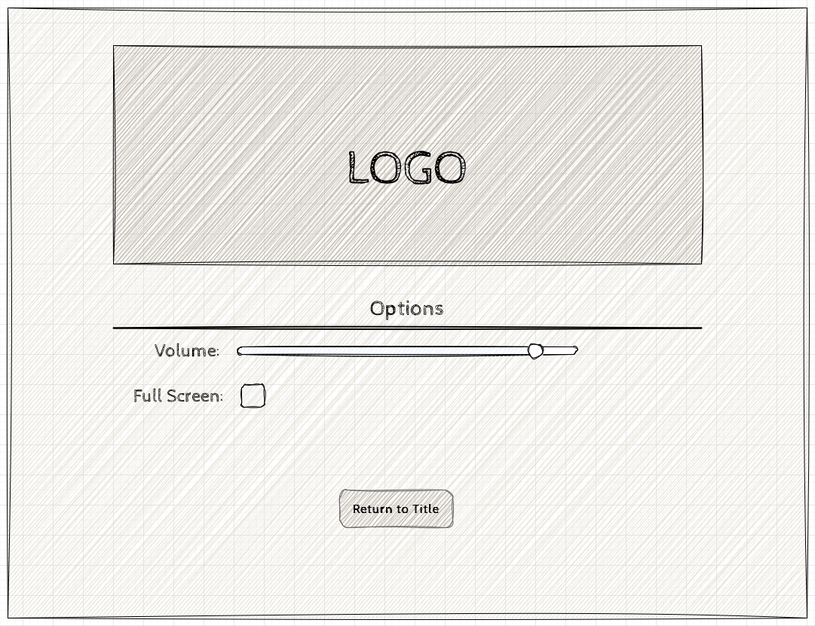
Earlier version of the draw.io export documentation/chapter-04-designing-the-game/images/04-01/options-screen.png (AristurtleDev/building-2d-games-with-monogame). Source tidied: cells renumbered, new cells last; positions are measured from the earlier drawing's top-left corner, leaving out a move shared by most shapes. Its diagram source:
```xml
<mxGraphModel>
  <root>
    <mxCell id="0" />
    <mxCell id="1" parent="0" />
    <mxCell id="2" style="whiteSpace=wrap;html=1;rounded=0;shadow=0;labelBackgroundColor=none;strokeColor=#000000;strokeWidth=1;fillColor=#e0dbcd;fontFamily=Verdana;fontSize=12;fontColor=#000000;align=center;comic=1;glass=0;sketch=1;curveFitting=1;jiggle=2;" parent="1" vertex="1">
      <mxGeometry width="1060" height="810" as="geometry" />
    </mxCell>
    <mxCell id="3" value="&lt;font style=&quot;font-size: 64px;&quot;&gt;LOGO&lt;/font&gt;" style="whiteSpace=wrap;html=1;rounded=0;shadow=0;labelBackgroundColor=none;strokeWidth=1;fontFamily=Cabin Sketch;fontSize=128;align=center;comic=1;fillColor=#a89f94;sketch=1;curveFitting=1;jiggle=2;fontSource=https%3A%2F%2Ffonts.googleapis.com%2Fcss%3Ffamily%3DCabin%2BSketch;" parent="1" vertex="1">
      <mxGeometry x="140" y="50" width="780" height="290" as="geometry" />
    </mxCell>
    <mxCell id="4" value="Volume:&amp;nbsp;&amp;nbsp;&amp;nbsp;&amp;nbsp; " style="verticalLabelPosition=middle;shadow=0;dashed=0;align=right;html=1;verticalAlign=middle;strokeWidth=1;shape=mxgraph.mockup.forms.horSlider;strokeColor=#000000;sliderStyle=fancy;sliderPos=88.667;handleStyle=circle;fillColor2=#ddeeff;sketch=1;hachureGap=4;jiggle=2;curveFitting=1;fontFamily=Cabin Sketch;fontSource=https%3A%2F%2Ffonts.googleapis.com%2Fcss%3Ffamily%3DCabin%2BSketch;sketchStyle=rough;fontColor=default;labelPosition=left;fontSize=24;" parent="1" vertex="1">
      <mxGeometry x="305" y="440" width="450" height="30" as="geometry" />
    </mxCell>
    <mxCell id="5" value="Full Screen:&amp;nbsp;&amp;nbsp;&amp;nbsp;&amp;nbsp; " style="rounded=1;fillColor=#F0F2F5;strokeColor=#000000;align=right;verticalAlign=middle;fontStyle=0;fontSize=24;labelPosition=left;verticalLabelPosition=middle;spacingLeft=10;html=1;shadow=0;dashed=0;sketch=1;hachureGap=4;jiggle=2;curveFitting=1;fontFamily=Cabin Sketch;fontSource=https%3A%2F%2Ffonts.googleapis.com%2Fcss%3Ffamily%3DCabin%2BSketch;" parent="1" vertex="1">
      <mxGeometry x="310" y="500" width="30" height="30" as="geometry" />
    </mxCell>
    <mxCell id="6" value="Options" style="text;html=1;align=center;verticalAlign=middle;whiteSpace=wrap;rounded=0;fontFamily=Cabin Sketch;fontSource=https%3A%2F%2Ffonts.googleapis.com%2Fcss%3Ffamily%3DCabin%2BSketch;fontSize=28;" parent="1" vertex="1">
      <mxGeometry x="500" y="384" width="60" height="30" as="geometry" />
    </mxCell>
    <mxCell id="7" style="line;strokeWidth=2;html=1;sketch=1;hachureGap=4;jiggle=1;curveFitting=1;fontFamily=Architects Daughter;fontSource=https%3A%2F%2Ffonts.googleapis.com%2Fcss%3Ffamily%3DArchitects%2BDaughter;" parent="1" vertex="1">
      <mxGeometry x="140" y="420" width="780" height="10" as="geometry" />
    </mxCell>
    <mxCell id="8" value="Return to Title" style="strokeWidth=1;shadow=0;dashed=0;align=center;html=1;shape=mxgraph.mockup.buttons.button;strokeColor=#666666;fontColor=#000000;mainText=;buttonStyle=round;fontSize=17;fontStyle=1;fillColor=#A89F94;whiteSpace=wrap;sketch=1;hachureGap=4;jiggle=2;curveFitting=1;fontFamily=Cabin Sketch;fontSource=https%3A%2F%2Ffonts.googleapis.com%2Fcss%3Ffamily%3DCabin%2BSketch;" parent="1" vertex="1">
      <mxGeometry x="440" y="640" width="150" height="50" as="geometry" />
    </mxCell>
  </root>
</mxGraphModel>
```
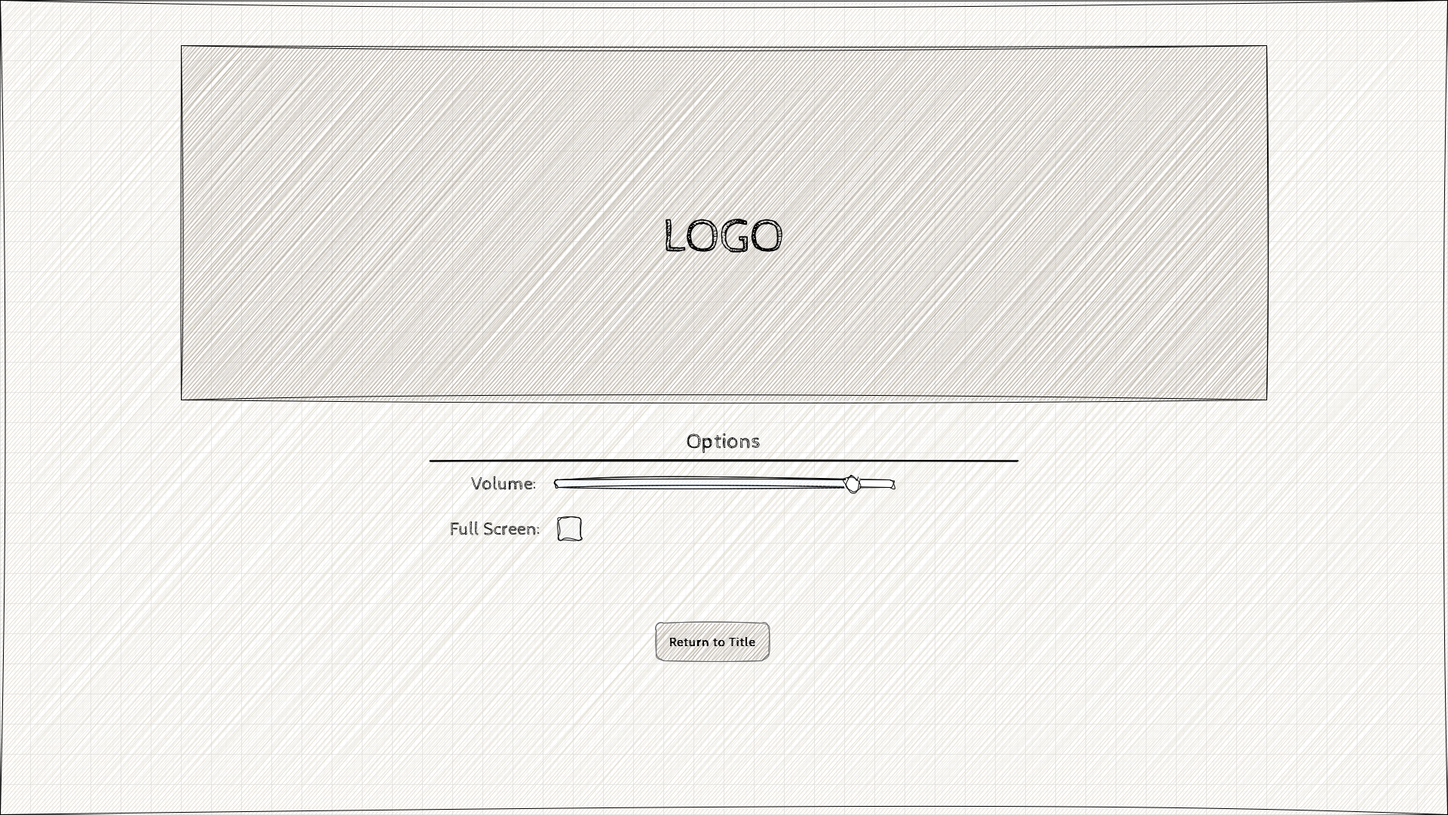
After the commit.

Diff of the diagram source:
```diff
@@ -3,10 +3,10 @@
     <mxCell id="0" />
     <mxCell id="1" parent="0" />
     <mxCell id="2" style="whiteSpace=wrap;html=1;rounded=0;shadow=0;labelBackgroundColor=none;strokeColor=#000000;strokeWidth=1;fillColor=#e0dbcd;fontFamily=Verdana;fontSize=12;fontColor=#000000;align=center;comic=1;glass=0;sketch=1;curveFitting=1;jiggle=2;" parent="1" vertex="1">
-      <mxGeometry width="1060" height="810" as="geometry" />
+      <mxGeometry x="-430" y="-186" width="1920" height="1080" as="geometry" />
     </mxCell>
     <mxCell id="3" value="&lt;font style=&quot;font-size: 64px;&quot;&gt;LOGO&lt;/font&gt;" style="whiteSpace=wrap;html=1;rounded=0;shadow=0;labelBackgroundColor=none;strokeWidth=1;fontFamily=Cabin Sketch;fontSize=128;align=center;comic=1;fillColor=#a89f94;sketch=1;curveFitting=1;jiggle=2;fontSource=https%3A%2F%2Ffonts.googleapis.com%2Fcss%3Ffamily%3DCabin%2BSketch;" parent="1" vertex="1">
-      <mxGeometry x="140" y="50" width="780" height="290" as="geometry" />
+      <mxGeometry x="-190" y="-126" width="1440" height="470" as="geometry" />
     </mxCell>
     <mxCell id="4" value="Volume:&amp;nbsp;&amp;nbsp;&amp;nbsp;&amp;nbsp; " style="verticalLabelPosition=middle;shadow=0;dashed=0;align=right;html=1;verticalAlign=middle;strokeWidth=1;shape=mxgraph.mockup.forms.horSlider;strokeColor=#000000;sliderStyle=fancy;sliderPos=88.667;handleStyle=circle;fillColor2=#ddeeff;sketch=1;hachureGap=4;jiggle=2;curveFitting=1;fontFamily=Cabin Sketch;fontSource=https%3A%2F%2Ffonts.googleapis.com%2Fcss%3Ffamily%3DCabin%2BSketch;sketchStyle=rough;fontColor=default;labelPosition=left;fontSize=24;" parent="1" vertex="1">
       <mxGeometry x="305" y="440" width="450" height="30" as="geometry" />
@@ -17,9 +17,9 @@
     <mxCell id="6" value="Options" style="text;html=1;align=center;verticalAlign=middle;whiteSpace=wrap;rounded=0;fontFamily=Cabin Sketch;fontSource=https%3A%2F%2Ffonts.googleapis.com%2Fcss%3Ffamily%3DCabin%2BSketch;fontSize=28;" parent="1" vertex="1">
       <mxGeometry x="500" y="384" width="60" height="30" as="geometry" />
     </mxCell>
-    <mxCell id="7" style="line;strokeWidth=2;html=1;sketch=1;hachureGap=4;jiggle=1;curveFitting=1;fontFamily=Architects Daughter;fontSource=https%3A%2F%2Ffonts.googleapis.com%2Fcss%3Ffamily%3DArchitects%2BDaughter;" parent="1" vertex="1">
-      <mxGeometry x="140" y="420" width="780" height="10" as="geometry" />
-    </mxCell>
+    <mxCell id="9" style="line;strokeWidth=2;html=1;sketch=1;hachureGap=4;jiggle=1;curveFitting=1;fontFamily=Architects Daughter;fontSource=https%3A%2F%2Ffonts.googleapis.com%2Fcss%3Ffamily%3DArchitects%2BDaughter;" parent="1" vertex="1">
+      <mxGeometry x="140" y="420" width="780" height="10" as="geometry" />
+    </mxCell>
     <mxCell id="8" value="Return to Title" style="strokeWidth=1;shadow=0;dashed=0;align=center;html=1;shape=mxgraph.mockup.buttons.button;strokeColor=#666666;fontColor=#000000;mainText=;buttonStyle=round;fontSize=17;fontStyle=1;fillColor=#A89F94;whiteSpace=wrap;sketch=1;hachureGap=4;jiggle=2;curveFitting=1;fontFamily=Cabin Sketch;fontSource=https%3A%2F%2Ffonts.googleapis.com%2Fcss%3Ffamily%3DCabin%2BSketch;" parent="1" vertex="1">
       <mxGeometry x="440" y="640" width="150" height="50" as="geometry" />
     </mxCell>
```
